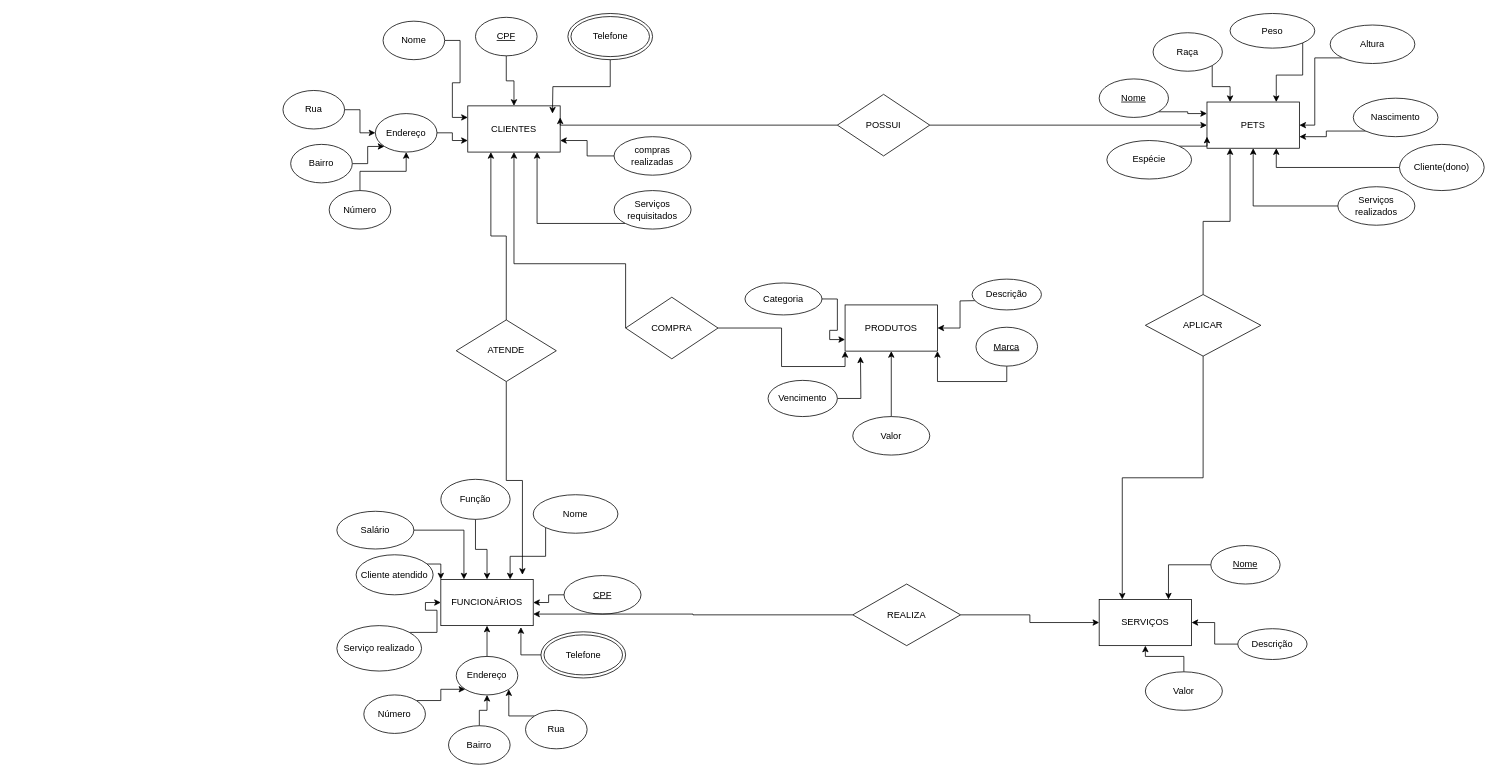
Before: PetShop.drawio in analaura09/Banco-de-Dados, a draw.io diagram. Source tidied: cells renumbered, new cells numbered last; positions are measured from the earlier drawing's top-left corner, leaving out a move shared by most shapes. Both pictures are drawn from the tidied source at 77%, with x=0, y=0 at pixel (283, 13).
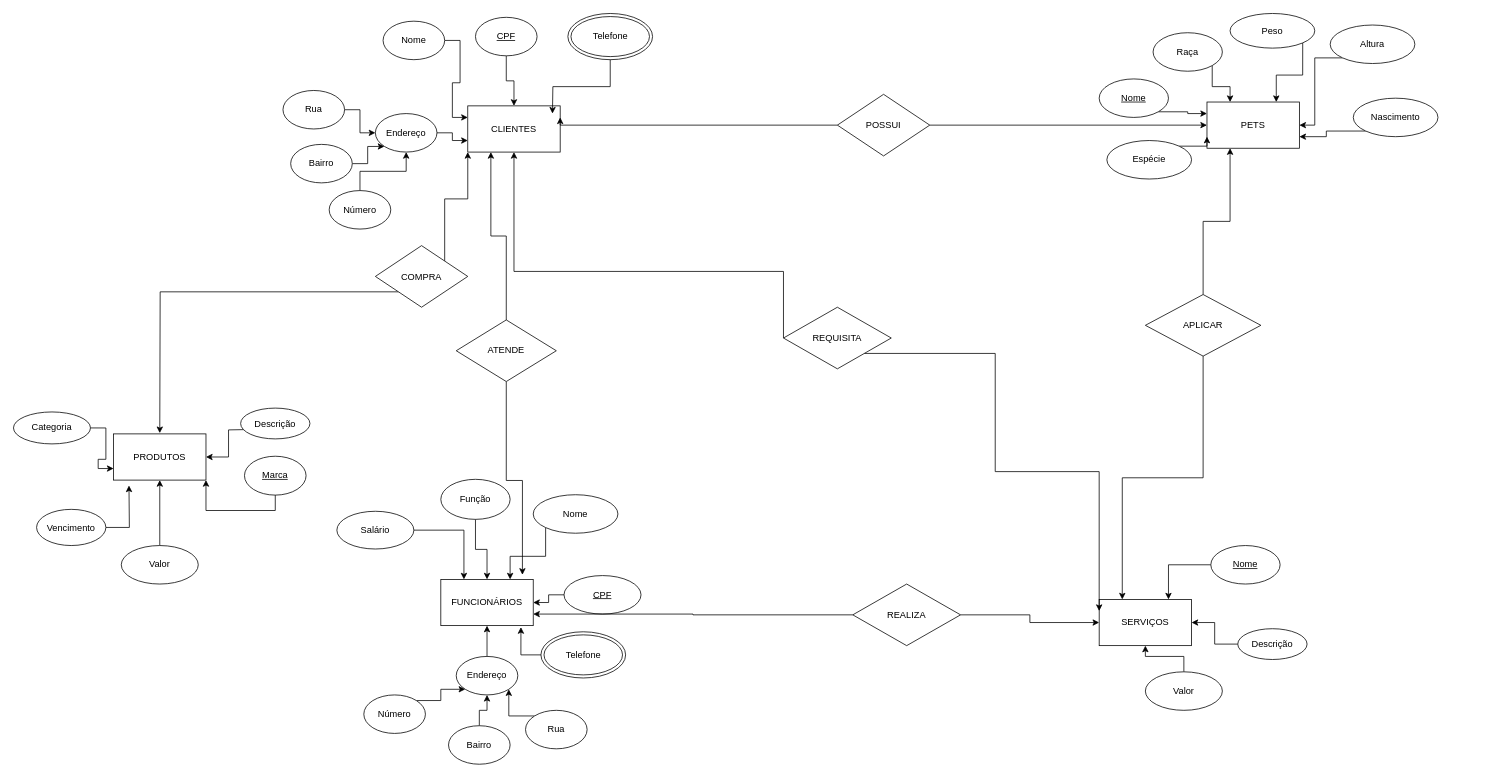
The same page after the edit.

Commit message:
Transformando atributos em relacionamento

The change refers to these unchanged cells:
```xml
<mxCell id="2" value="CLIENTES" style="rounded=0;whiteSpace=wrap;html=1;" parent="1" vertex="1">
  <mxGeometry x="240" y="120" width="120" height="60" as="geometry" />
</mxCell>
<mxCell id="3" value="PETS" style="rounded=0;whiteSpace=wrap;html=1;" parent="1" vertex="1">
  <mxGeometry x="1200" y="115" width="120" height="60" as="geometry" />
</mxCell>
<mxCell id="4" value="FUNCIONÁRIOS" style="rounded=0;whiteSpace=wrap;html=1;" parent="1" vertex="1">
  <mxGeometry x="205" y="735" width="120" height="60" as="geometry" />
</mxCell>
<mxCell id="72" value="SERVIÇOS" style="rounded=0;whiteSpace=wrap;html=1;shadow=0;strokeColor=#000000;fillColor=#FFFFFF;" parent="1" vertex="1">
  <mxGeometry x="1060" y="761" width="120" height="60" as="geometry" />
</mxCell>
```

Change to the diagram source:
```diff
@@
-    <mxCell id="19" style="edgeStyle=orthogonalEdgeStyle;rounded=0;jettySize=auto;html=1;exitX=0;exitY=0.5;exitDx=0;exitDy=0;entryX=0.5;entryY=1;entryDx=0;entryDy=0;" parent="1" edge="1" source="20" target="3">
-      <mxGeometry relative="1" as="geometry" />
-    </mxCell>
-    <mxCell id="20" value="Serviços realizados" style="ellipse;whiteSpace=wrap;html=1;shadow=0;strokeColor=#000000;fillColor=#FFFFFF;" parent="1" vertex="1">
-      <mxGeometry x="1370" y="225" width="100" height="50" as="geometry" />
-    </mxCell>
-    <mxCell id="21" style="edgeStyle=orthogonalEdgeStyle;rounded=0;jettySize=auto;html=1;exitX=0;exitY=0.5;exitDx=0;exitDy=0;entryX=0.75;entryY=1;entryDx=0;entryDy=0;" parent="1" edge="1" source="22" target="3">
-      <mxGeometry relative="1" as="geometry" />
-    </mxCell>
-    <mxCell id="22" value="Cliente(dono)" style="ellipse;whiteSpace=wrap;html=1;shadow=0;strokeColor=#000000;fillColor=#FFFFFF;" parent="1" vertex="1">
-      <mxGeometry x="1450" y="170" width="110" height="60" as="geometry" />
-    </mxCell>
@@
-    <mxCell id="35" style="edgeStyle=orthogonalEdgeStyle;rounded=0;jettySize=auto;html=1;exitX=1;exitY=0;exitDx=0;exitDy=0;entryX=0;entryY=0;entryDx=0;entryDy=0;" parent="1" edge="1" target="4">
-      <mxGeometry relative="1" as="geometry">
-        <mxPoint x="135.4" y="728.6" as="sourcePoint" />
-      </mxGeometry>
-    </mxCell>
-    <mxCell id="36" value="Cliente atendido" style="ellipse;whiteSpace=wrap;html=1;shadow=0;strokeColor=#000000;fillColor=#FFFFFF;" parent="1" vertex="1">
-      <mxGeometry x="95" y="703" width="100" height="52" as="geometry" />
-    </mxCell>
-    <mxCell id="37" style="edgeStyle=orthogonalEdgeStyle;rounded=0;jettySize=auto;html=1;exitX=1;exitY=0;exitDx=0;exitDy=0;entryX=0;entryY=0.5;entryDx=0;entryDy=0;" parent="1" edge="1" source="38" target="4">
-      <mxGeometry relative="1" as="geometry" />
-    </mxCell>
-    <mxCell id="38" value="Serviço realizado" style="ellipse;whiteSpace=wrap;html=1;shadow=0;strokeColor=#000000;fillColor=#FFFFFF;" parent="1" vertex="1">
-      <mxGeometry x="70" y="795" width="110" height="59" as="geometry" />
-    </mxCell>
@@
     <mxCell id="47" value="PRODUTOS" style="rounded=0;whiteSpace=wrap;html=1;shadow=0;strokeColor=#000000;fillColor=#FFFFFF;" parent="1" vertex="1">
-      <mxGeometry x="730" y="378.5" width="120" height="60" as="geometry" />
+      <mxGeometry x="-220" y="546" width="120" height="60" as="geometry" />
     </mxCell>
     <mxCell id="48" style="edgeStyle=orthogonalEdgeStyle;rounded=0;jettySize=auto;html=1;exitX=0;exitY=1;exitDx=0;exitDy=0;entryX=1;entryY=0.5;entryDx=0;entryDy=0;" parent="1" edge="1" target="47">
       <mxGeometry relative="1" as="geometry">
-        <mxPoint x="908.5" y="372.8" as="sourcePoint" />
+        <mxPoint x="-41.5" y="540.3" as="sourcePoint" />
       </mxGeometry>
     </mxCell>
     <mxCell id="49" value="Descrição" style="ellipse;whiteSpace=wrap;html=1;shadow=0;strokeColor=#000000;fillColor=#FFFFFF;" parent="1" vertex="1">
-      <mxGeometry x="895" y="345" width="90" height="40" as="geometry" />
+      <mxGeometry x="-55" y="512.5" width="90" height="40" as="geometry" />
     </mxCell>
@@
     <mxCell id="51" value="&lt;u&gt;Marca&lt;/u&gt;" style="ellipse;whiteSpace=wrap;html=1;shadow=0;strokeColor=#000000;fillColor=#FFFFFF;" parent="1" vertex="1">
-      <mxGeometry x="900" y="407.5" width="80" height="50.5" as="geometry" />
+      <mxGeometry x="-50" y="575" width="80" height="50.5" as="geometry" />
     </mxCell>
     <mxCell id="52" style="edgeStyle=orthogonalEdgeStyle;rounded=0;jettySize=auto;html=1;exitX=1;exitY=0.5;exitDx=0;exitDy=0;" parent="1" edge="1" source="53">
       <mxGeometry relative="1" as="geometry">
-        <mxPoint x="750" y="445.5" as="targetPoint" />
+        <mxPoint x="-200" y="613" as="targetPoint" />
       </mxGeometry>
     </mxCell>
     <mxCell id="53" value="Vencimento" style="ellipse;whiteSpace=wrap;html=1;shadow=0;strokeColor=#000000;fillColor=#FFFFFF;" parent="1" vertex="1">
-      <mxGeometry x="630" y="476.5" width="90" height="47" as="geometry" />
+      <mxGeometry x="-320" y="644" width="90" height="47" as="geometry" />
     </mxCell>
@@
     <mxCell id="55" value="Categoria" style="ellipse;whiteSpace=wrap;html=1;shadow=0;strokeColor=#000000;fillColor=#FFFFFF;" parent="1" vertex="1">
-      <mxGeometry x="600" y="350" width="100" height="41.5" as="geometry" />
+      <mxGeometry x="-350" y="517.5" width="100" height="41.5" as="geometry" />
     </mxCell>
@@
     <mxCell id="57" value="Valor" style="ellipse;whiteSpace=wrap;html=1;shadow=0;strokeColor=#000000;fillColor=#FFFFFF;" parent="1" vertex="1">
-      <mxGeometry x="740" y="523.5" width="100" height="50" as="geometry" />
+      <mxGeometry x="-210" y="691" width="100" height="50" as="geometry" />
     </mxCell>
-    <mxCell id="58" style="edgeStyle=orthogonalEdgeStyle;rounded=0;jettySize=auto;html=1;exitX=0;exitY=0.5;exitDx=0;exitDy=0;entryX=1;entryY=0.75;entryDx=0;entryDy=0;" parent="1" edge="1" source="59" target="2">
-      <mxGeometry relative="1" as="geometry" />
-    </mxCell>
-    <mxCell id="59" value="compras realizadas" style="ellipse;whiteSpace=wrap;html=1;shadow=0;strokeColor=#000000;fillColor=#FFFFFF;" parent="1" vertex="1">
-      <mxGeometry x="430" y="160" width="100" height="50" as="geometry" />
-    </mxCell>
-    <mxCell id="60" style="edgeStyle=orthogonalEdgeStyle;rounded=0;jettySize=auto;html=1;exitX=0;exitY=1;exitDx=0;exitDy=0;entryX=0.75;entryY=1;entryDx=0;entryDy=0;" parent="1" edge="1" source="61" target="2">
-      <mxGeometry relative="1" as="geometry" />
-    </mxCell>
-    <mxCell id="61" value="Serviços requisitados" style="ellipse;whiteSpace=wrap;html=1;shadow=0;strokeColor=#000000;fillColor=#FFFFFF;" parent="1" vertex="1">
-      <mxGeometry x="430" y="230" width="100" height="50" as="geometry" />
-    </mxCell>
@@
-    <mxCell id="82" style="edgeStyle=orthogonalEdgeStyle;rounded=0;jettySize=auto;html=1;exitX=1;exitY=0.5;exitDx=0;exitDy=0;entryX=0;entryY=1;entryDx=0;entryDy=0;" parent="1" edge="1" source="84" target="47">
-      <mxGeometry relative="1" as="geometry" />
-    </mxCell>
+    <mxCell id="94" style="edgeStyle=orthogonalEdgeStyle;rounded=0;jettySize=auto;html=1;exitX=0;exitY=1;exitDx=0;exitDy=0;" parent="1" edge="1" source="84">
+      <mxGeometry relative="1" as="geometry">
+        <mxPoint x="-160" y="545" as="targetPoint" />
+      </mxGeometry>
+    </mxCell>
-    <mxCell id="83" style="edgeStyle=orthogonalEdgeStyle;rounded=0;jettySize=auto;html=1;exitX=0;exitY=0.5;exitDx=0;exitDy=0;entryX=0.5;entryY=1;entryDx=0;entryDy=0;" parent="1" edge="1" source="84" target="2">
-      <mxGeometry relative="1" as="geometry">
-        <Array as="points">
-          <mxPoint x="445" y="325" />
-          <mxPoint x="300" y="325" />
-        </Array>
-      </mxGeometry>
+    <mxCell id="83" style="edgeStyle=orthogonalEdgeStyle;rounded=0;jettySize=auto;html=1;exitX=1;exitY=0;exitDx=0;exitDy=0;entryX=0;entryY=1;entryDx=0;entryDy=0;" parent="1" edge="1" source="84" target="2">
+      <mxGeometry relative="1" as="geometry" />
     </mxCell>
     <mxCell id="84" value="COMPRA" style="rhombus;whiteSpace=wrap;html=1;shadow=0;strokeColor=#000000;fillColor=#FFFFFF;" parent="1" vertex="1">
-      <mxGeometry x="445" y="368.5" width="120" height="80" as="geometry" />
+      <mxGeometry x="120" y="301.5" width="120" height="80" as="geometry" />
     </mxCell>
@@
+    <mxCell id="95" style="edgeStyle=orthogonalEdgeStyle;rounded=0;jettySize=auto;html=1;exitX=1;exitY=1;exitDx=0;exitDy=0;entryX=0;entryY=0.25;entryDx=0;entryDy=0;" parent="1" edge="1" source="97" target="72">
+      <mxGeometry relative="1" as="geometry">
+        <Array as="points">
+          <mxPoint x="925" y="442" />
+          <mxPoint x="925" y="595" />
+          <mxPoint x="1060" y="595" />
+        </Array>
+      </mxGeometry>
+    </mxCell>
+    <mxCell id="96" style="edgeStyle=orthogonalEdgeStyle;rounded=0;jettySize=auto;html=1;exitX=0;exitY=0.5;exitDx=0;exitDy=0;entryX=0.5;entryY=1;entryDx=0;entryDy=0;" parent="1" edge="1" source="97" target="2">
+      <mxGeometry relative="1" as="geometry">
+        <Array as="points">
+          <mxPoint x="650" y="335" />
+          <mxPoint x="300" y="335" />
+        </Array>
+      </mxGeometry>
+    </mxCell>
+    <mxCell id="97" value="REQUISITA" style="rhombus;whiteSpace=wrap;html=1;" parent="1" vertex="1">
+      <mxGeometry x="650" y="381.5" width="140" height="80" as="geometry" />
+    </mxCell>
```
